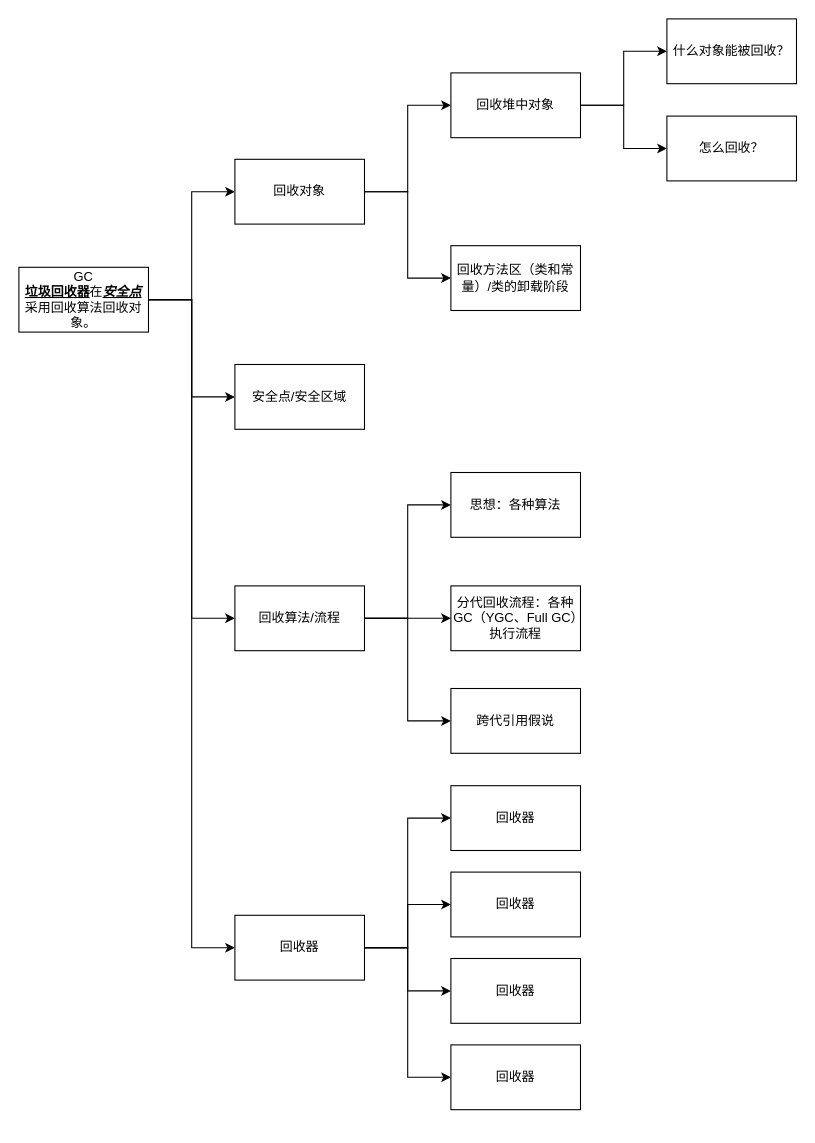
The draw.io diagram images/draw/JVMGC.drawio in wt1814/wt1814.github.io, before the edit. Source tidied: cells renumbered, new cells numbered last; positions are measured from the earlier drawing's top-left corner, leaving out a move shared by most shapes. Both pictures are drawn from the tidied source at 108%, with x=0, y=0 at pixel (18, 18).
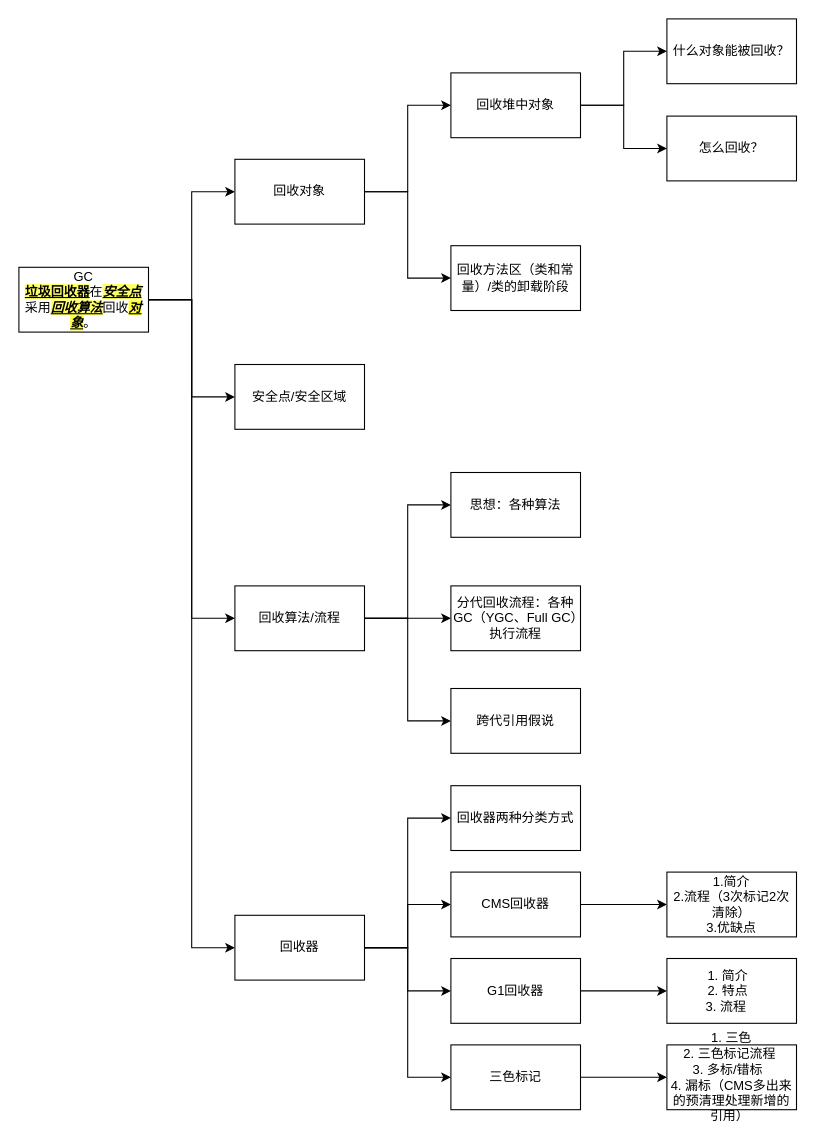
The same diagram, later.

What changed in the source:
```diff
@@
-    <mxCell id="6" value="GC&lt;br&gt;&lt;u&gt;&lt;b&gt;垃圾回收器&lt;/b&gt;&lt;/u&gt;在&lt;b&gt;&lt;i&gt;&lt;u&gt;安全点&lt;/u&gt;&lt;/i&gt;&lt;/b&gt;采用回收算法回收对象。" style="rounded=0;whiteSpace=wrap;html=1;" parent="1" vertex="1">
+    <mxCell id="6" value="GC&lt;br&gt;&lt;u&gt;&lt;b style=&quot;background-color: rgb(255, 255, 102);&quot;&gt;垃圾回收器&lt;/b&gt;&lt;/u&gt;在&lt;b&gt;&lt;i&gt;&lt;u style=&quot;background-color: rgb(255, 255, 102);&quot;&gt;安全点&lt;/u&gt;&lt;/i&gt;&lt;/b&gt;采用&lt;u&gt;&lt;i&gt;&lt;b style=&quot;background-color: rgb(255, 255, 102);&quot;&gt;回收算法&lt;/b&gt;&lt;/i&gt;&lt;/u&gt;回收&lt;u&gt;&lt;i&gt;&lt;b style=&quot;background-color: rgb(255, 255, 51);&quot;&gt;对象&lt;/b&gt;&lt;/i&gt;&lt;/u&gt;。" style="rounded=0;whiteSpace=wrap;html=1;" parent="1" vertex="1">
       <mxGeometry y="230" width="120" height="60" as="geometry" />
     </mxCell>
@@
-    <mxCell id="29" value="回收器" style="rounded=0;whiteSpace=wrap;html=1;" parent="1" vertex="1">
+    <mxCell id="29" value="回收器两种分类方式" style="rounded=0;whiteSpace=wrap;html=1;" parent="1" vertex="1">
       <mxGeometry x="400" y="710" width="120" height="60" as="geometry" />
     </mxCell>
+    <mxCell id="33" style="edgeStyle=orthogonalEdgeStyle;rounded=0;jettySize=auto;html=1;" parent="1" edge="1" source="30" target="36">
+      <mxGeometry relative="1" as="geometry" />
+    </mxCell>
-    <mxCell id="30" value="回收器" style="rounded=0;whiteSpace=wrap;html=1;" parent="1" vertex="1">
+    <mxCell id="30" value="CMS回收器" style="rounded=0;whiteSpace=wrap;html=1;" parent="1" vertex="1">
       <mxGeometry x="400" y="790" width="120" height="60" as="geometry" />
     </mxCell>
+    <mxCell id="34" style="edgeStyle=orthogonalEdgeStyle;rounded=0;jettySize=auto;html=1;" parent="1" edge="1" source="31" target="37">
+      <mxGeometry relative="1" as="geometry" />
+    </mxCell>
-    <mxCell id="31" value="回收器" style="rounded=0;whiteSpace=wrap;html=1;" parent="1" vertex="1">
+    <mxCell id="31" value="G1回收器" style="rounded=0;whiteSpace=wrap;html=1;" parent="1" vertex="1">
       <mxGeometry x="400" y="870" width="120" height="60" as="geometry" />
     </mxCell>
+    <mxCell id="35" style="edgeStyle=orthogonalEdgeStyle;rounded=0;jettySize=auto;html=1;" parent="1" edge="1" source="32" target="38">
+      <mxGeometry relative="1" as="geometry" />
+    </mxCell>
-    <mxCell id="32" value="回收器" style="rounded=0;whiteSpace=wrap;html=1;" parent="1" vertex="1">
+    <mxCell id="32" value="三色标记" style="rounded=0;whiteSpace=wrap;html=1;" parent="1" vertex="1">
       <mxGeometry x="400" y="950" width="120" height="60" as="geometry" />
     </mxCell>
+    <mxCell id="36" value="1.简介&lt;br&gt;2.流程（3次标记2次清除）&lt;br&gt;3.优缺点" style="rounded=0;whiteSpace=wrap;html=1;" parent="1" vertex="1">
+      <mxGeometry x="600" y="790" width="120" height="60" as="geometry" />
+    </mxCell>
+    <mxCell id="37" value="&lt;div&gt;1. 简介&amp;nbsp;&amp;nbsp;&lt;/div&gt;&lt;div&gt;2. 特点&amp;nbsp;&amp;nbsp;&lt;/div&gt;&lt;div&gt;3. 流程&amp;nbsp; &amp;nbsp;&lt;/div&gt;" style="rounded=0;whiteSpace=wrap;html=1;" parent="1" vertex="1">
+      <mxGeometry x="600" y="870" width="120" height="60" as="geometry" />
+    </mxCell>
+    <mxCell id="38" value="&lt;div&gt;1. 三色&lt;/div&gt;&lt;div&gt;2. 三色标记流程&amp;nbsp;&lt;/div&gt;&lt;div&gt;3. 多标/错标&amp;nbsp;&amp;nbsp;&lt;/div&gt;&lt;div&gt;4. 漏标（CMS多出来的预清理处理新增的引用）&amp;nbsp;&lt;/div&gt;" style="rounded=0;whiteSpace=wrap;html=1;" parent="1" vertex="1">
+      <mxGeometry x="600" y="950" width="120" height="60" as="geometry" />
+    </mxCell>
```
